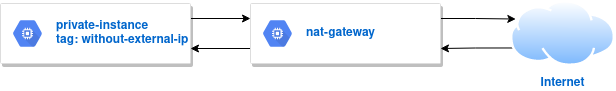
This is diagrams/nat-gateway-example.drawio.png from Ahmed-Amine-Soltani/labs, a draw.io export, as it was before one commit. Source tidied: cells renumbered, new cells last; positions are measured from the earlier drawing's top-left corner, leaving out a move shared by most shapes.
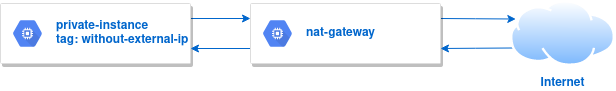
After the commit.

What changed in the source:
```diff
@@ -2,7 +2,7 @@
   <root>
     <mxCell id="0" />
     <mxCell id="1" parent="0" />
-    <mxCell id="2" style="edgeStyle=orthogonalEdgeStyle;rounded=0;jettySize=auto;html=1;exitX=1;exitY=0.25;exitDx=0;exitDy=0;entryX=0;entryY=0.25;entryDx=0;entryDy=0;" parent="1" edge="1" source="3" target="7">
+    <mxCell id="2" style="edgeStyle=orthogonalEdgeStyle;rounded=0;jettySize=auto;html=1;exitX=1;exitY=0.25;exitDx=0;exitDy=0;entryX=0;entryY=0.25;entryDx=0;entryDy=0;strokeColor=#0066CC;" parent="1" edge="1" source="3" target="7">
       <mxGeometry relative="1" as="geometry" />
     </mxCell>
     <mxCell id="3" style="strokeColor=#dddddd;shadow=1;strokeWidth=1;rounded=1;absoluteArcSize=1;arcSize=2;" parent="1" vertex="1">
@@ -13,10 +13,10 @@
         <mxPoint x="5" y="-19.5" as="offset" />
       </mxGeometry>
     </mxCell>
-    <mxCell id="5" style="edgeStyle=orthogonalEdgeStyle;rounded=0;jettySize=auto;html=1;exitX=0;exitY=0.75;exitDx=0;exitDy=0;entryX=1;entryY=0.75;entryDx=0;entryDy=0;" parent="1" edge="1" source="7" target="3">
+    <mxCell id="5" style="edgeStyle=orthogonalEdgeStyle;rounded=0;jettySize=auto;html=1;exitX=0;exitY=0.75;exitDx=0;exitDy=0;entryX=1;entryY=0.75;entryDx=0;entryDy=0;strokeColor=#0066CC;" parent="1" edge="1" source="7" target="3">
       <mxGeometry relative="1" as="geometry" />
     </mxCell>
-    <mxCell id="6" style="edgeStyle=orthogonalEdgeStyle;rounded=0;jettySize=auto;html=1;exitX=1;exitY=0.25;exitDx=0;exitDy=0;entryX=0;entryY=0.25;entryDx=0;entryDy=0;" parent="1" edge="1" source="7" target="10">
+    <mxCell id="6" style="edgeStyle=orthogonalEdgeStyle;rounded=0;jettySize=auto;html=1;exitX=1;exitY=0.25;exitDx=0;exitDy=0;entryX=0;entryY=0.25;entryDx=0;entryDy=0;strokeColor=#0066CC;" parent="1" edge="1" source="7" target="10">
       <mxGeometry relative="1" as="geometry" />
     </mxCell>
     <mxCell id="7" style="strokeColor=#dddddd;shadow=1;strokeWidth=1;rounded=1;absoluteArcSize=1;arcSize=2;" parent="1" vertex="1">
@@ -27,7 +27,7 @@
         <mxPoint x="5" y="-19.5" as="offset" />
       </mxGeometry>
     </mxCell>
-    <mxCell id="9" style="edgeStyle=orthogonalEdgeStyle;rounded=0;jettySize=auto;html=1;exitX=0;exitY=0.75;exitDx=0;exitDy=0;entryX=1;entryY=0.75;entryDx=0;entryDy=0;" parent="1" edge="1" source="10" target="7">
+    <mxCell id="9" style="edgeStyle=orthogonalEdgeStyle;rounded=0;jettySize=auto;html=1;exitX=0;exitY=0.75;exitDx=0;exitDy=0;entryX=1;entryY=0.75;entryDx=0;entryDy=0;strokeColor=#0066CC;" parent="1" edge="1" source="10" target="7">
       <mxGeometry relative="1" as="geometry" />
     </mxCell>
     <mxCell id="10" value="&lt;b&gt;&lt;font color=&quot;#0066CC&quot;&gt;Internet&lt;/font&gt;&lt;/b&gt;" style="perimeter=ellipsePerimeter;html=1;align=center;shadow=0;dashed=0;spacingTop=3;image;image=img/lib/active_directory/internet_cloud.svg;" parent="1" vertex="1">
```
